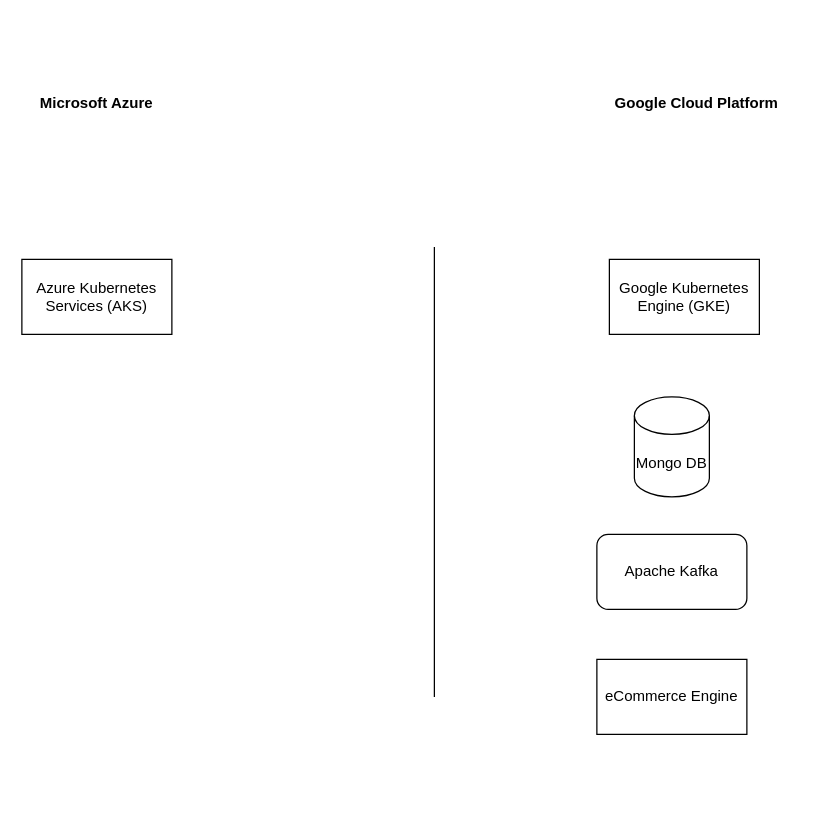
The draw.io diagram Herba Core Commerce.drawio in totolesuperhero/MISC-PUBLIC-DIAGRAMS, before the edit. Source tidied: cells renumbered, new cells numbered last; positions are measured from the earlier drawing's top-left corner, leaving out a move shared by most shapes. Both pictures are drawn from the tidied source at 125%, with x=0, y=0 at pixel (21, 84).
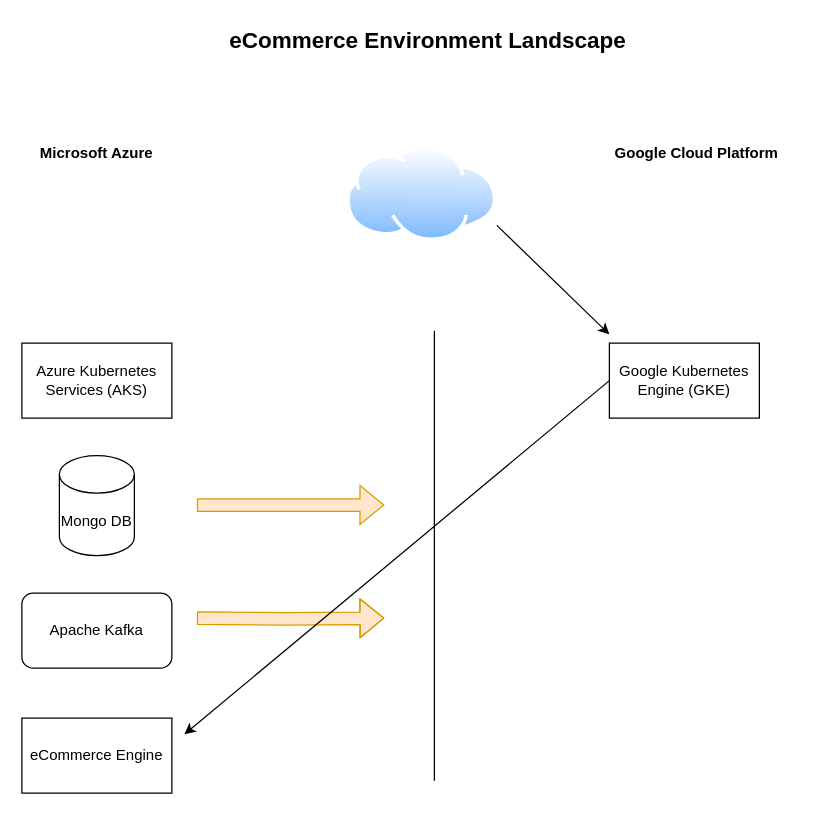
The same diagram, later.

Change to the diagram source:
```diff
@@
     <mxCell id="2" style="endArrow=none;html=1;rounded=0;" parent="1" edge="1">
       <mxGeometry relative="1" as="geometry">
-        <mxPoint x="330" y="490" as="sourcePoint" />
-        <mxPoint x="330" y="130" as="targetPoint" />
+        <mxPoint x="330" y="557" as="sourcePoint" />
+        <mxPoint x="330" y="197" as="targetPoint" />
       </mxGeometry>
     </mxCell>
     <mxCell id="3" value="&lt;b&gt;Google Cloud Platform&lt;/b&gt;" style="text;html=1;align=center;verticalAlign=middle;whiteSpace=wrap;rounded=0;" parent="1" vertex="1">
-      <mxGeometry x="460" width="160" height="30" as="geometry" />
+      <mxGeometry x="460" y="40" width="160" height="30" as="geometry" />
     </mxCell>
     <mxCell id="4" value="&lt;b&gt;Microsoft Azure&lt;/b&gt;" style="text;html=1;align=center;verticalAlign=middle;whiteSpace=wrap;rounded=0;" parent="1" vertex="1">
-      <mxGeometry width="120" height="30" as="geometry" />
+      <mxGeometry y="40" width="120" height="30" as="geometry" />
     </mxCell>
     <mxCell id="5" value="Azure Kubernetes Services (AKS)" style="rounded=0;whiteSpace=wrap;html=1;" parent="1" vertex="1">
-      <mxGeometry y="140" width="120" height="60" as="geometry" />
+      <mxGeometry y="207" width="120" height="60" as="geometry" />
     </mxCell>
     <mxCell id="6" value="Google Kubernetes Engine (GKE)" style="rounded=0;whiteSpace=wrap;html=1;" parent="1" vertex="1">
-      <mxGeometry x="470" y="140" width="120" height="60" as="geometry" />
+      <mxGeometry x="470" y="207" width="120" height="60" as="geometry" />
     </mxCell>
     <mxCell id="7" value="Mongo DB" style="shape=cylinder3;whiteSpace=wrap;html=1;boundedLbl=1;backgroundOutline=1;size=15;" parent="1" vertex="1">
-      <mxGeometry x="490" y="250" width="60" height="80" as="geometry" />
+      <mxGeometry x="30" y="297" width="60" height="80" as="geometry" />
     </mxCell>
     <mxCell id="8" value="Apache Kafka" style="rounded=1;whiteSpace=wrap;html=1;" parent="1" vertex="1">
-      <mxGeometry x="460" y="360" width="120" height="60" as="geometry" />
+      <mxGeometry y="407" width="120" height="60" as="geometry" />
     </mxCell>
     <mxCell id="9" value="eCommerce Engine" style="rounded=0;whiteSpace=wrap;html=1;" parent="1" vertex="1">
-      <mxGeometry x="460" y="460" width="120" height="60" as="geometry" />
+      <mxGeometry y="507" width="120" height="60" as="geometry" />
     </mxCell>
+    <mxCell id="10" style="shape=flexArrow;endArrow=classic;html=1;rounded=0;fillColor=#ffe6cc;strokeColor=#d79b00;" parent="1" edge="1">
+      <mxGeometry relative="1" as="geometry">
+        <mxPoint x="140" y="336.5" as="sourcePoint" />
+        <mxPoint x="290" y="336.5" as="targetPoint" />
+      </mxGeometry>
+    </mxCell>
+    <mxCell id="11" style="shape=flexArrow;endArrow=classic;html=1;rounded=0;fillColor=#ffe6cc;strokeColor=#d79b00;" parent="1" edge="1">
+      <mxGeometry relative="1" as="geometry">
+        <mxPoint x="140" y="427" as="sourcePoint" />
+        <mxPoint x="290" y="427" as="targetPoint" />
+        <Array as="points">
+          <mxPoint x="210" y="427.5" />
+        </Array>
+      </mxGeometry>
+    </mxCell>
+    <mxCell id="12" value="&lt;b&gt;&lt;font style=&quot;font-size: 18px;&quot;&gt;eCommerce Environment Landscape&lt;/font&gt;&lt;/b&gt;" style="text;html=1;align=center;verticalAlign=middle;whiteSpace=wrap;rounded=0;" parent="1" vertex="1">
+      <mxGeometry x="130" y="-50" width="390" height="30" as="geometry" />
+    </mxCell>
+    <mxCell id="13" style="image;perimeter=ellipsePerimeter;html=1;align=center;shadow=0;dashed=0;spacingTop=3;image=img/lib/active_directory/internet_cloud.svg;" parent="1" vertex="1">
+      <mxGeometry x="260" y="50" width="120" height="75.6" as="geometry" />
+    </mxCell>
+    <mxCell id="14" style="endArrow=classic;html=1;rounded=0;exitX=0;exitY=0.5;exitDx=0;exitDy=0;" parent="1" edge="1" source="6">
+      <mxGeometry relative="1" as="geometry">
+        <mxPoint x="130" y="520" as="targetPoint" />
+      </mxGeometry>
+    </mxCell>
+    <mxCell id="15" style="endArrow=classic;html=1;rounded=0;" parent="1" edge="1">
+      <mxGeometry relative="1" as="geometry">
+        <mxPoint x="380" y="112.8" as="sourcePoint" />
+        <mxPoint x="470" y="200" as="targetPoint" />
+      </mxGeometry>
+    </mxCell>
```
